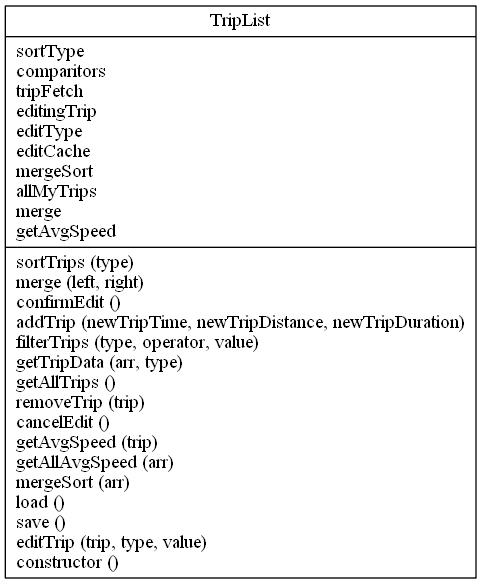
Earlier version of the Graphviz export test_jsparser/output/classes.dot.png (ChironEvans/de321-Assignment2-2020). Its source is kept beside it as test_jsparser/output/classes.dot.
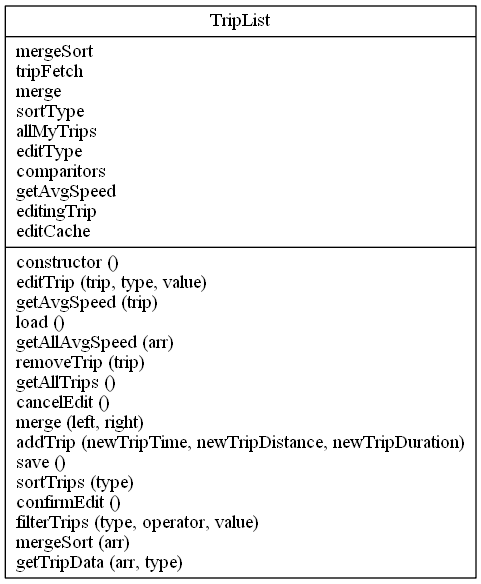
The same diagram one commit later.

What changed in the source:
```diff
@@ -1,5 +1,5 @@
 digraph "classes_test" {
 charset="utf-8"
 rankdir=BT
-"0" [label="{TripList|sortType\lcomparitors\ltripFetch\leditingTrip\leditType\leditCache\lmergeSort\lallMyTrips\lmerge\lgetAvgSpeed\l|sortTrips (type)\lmerge (left, right)\lconfirmEdit ()\laddTrip (newTripTime, newTripDistance, newTripDuration)\lfilterTrips (type, operator, value)\lgetTripData (arr, type)\lgetAllTrips ()\lremoveTrip (trip)\lcancelEdit ()\lgetAvgSpeed (trip)\lgetAllAvgSpeed (arr)\lmergeSort (arr)\lload ()\lsave ()\leditTrip (trip, type, value)\lconstructor ()\l}", shape="record"];
+"0" [label="{TripList|mergeSort\ltripFetch\lmerge\lsortType\lallMyTrips\leditType\lcomparitors\lgetAvgSpeed\leditingTrip\leditCache\l|constructor ()\leditTrip (trip, type, value)\lgetAvgSpeed (trip)\lload ()\lgetAllAvgSpeed (arr)\lremoveTrip (trip)\lgetAllTrips ()\lcancelEdit ()\lmerge (left, right)\laddTrip (newTripTime, newTripDistance, newTripDuration)\lsave ()\lsortTrips (type)\lconfirmEdit ()\lfilterTrips (type, operator, value)\lmergeSort (arr)\lgetTripData (arr, type)\l}", shape="record"];
 }
```
